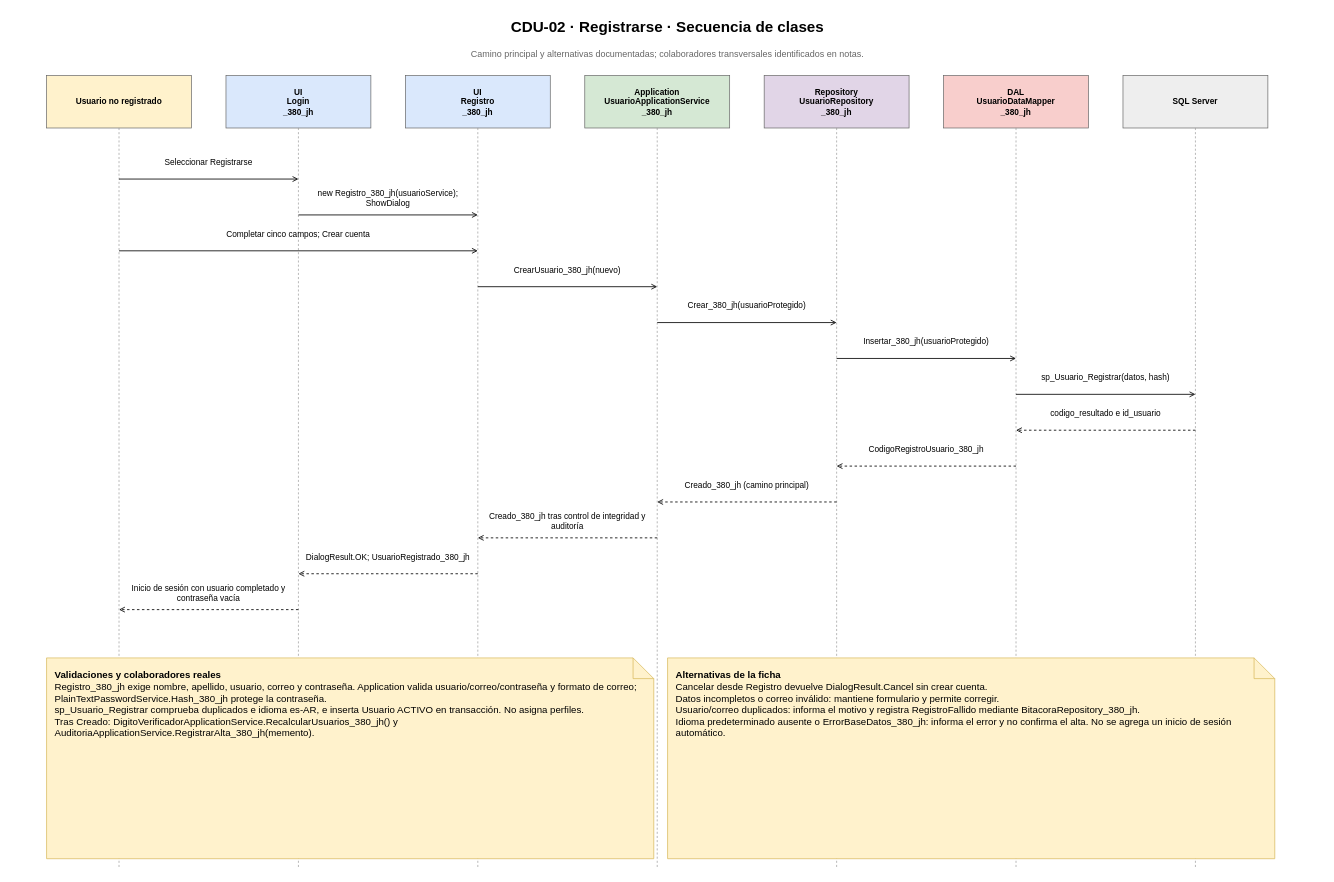
The draw.io diagram Diagramas/Diagramas de Secuencia/CDU-02 - Registrarse - Secuencia.drawio in juanNH/Ingenieria-de-Software, before the edit. Source tidied: cells renumbered, new cells numbered last; positions are measured from the earlier drawing's top-left corner, leaving out a move shared by most shapes. Both pictures are drawn from the tidied source at 69%, with x=0, y=0 at pixel (12, 12).
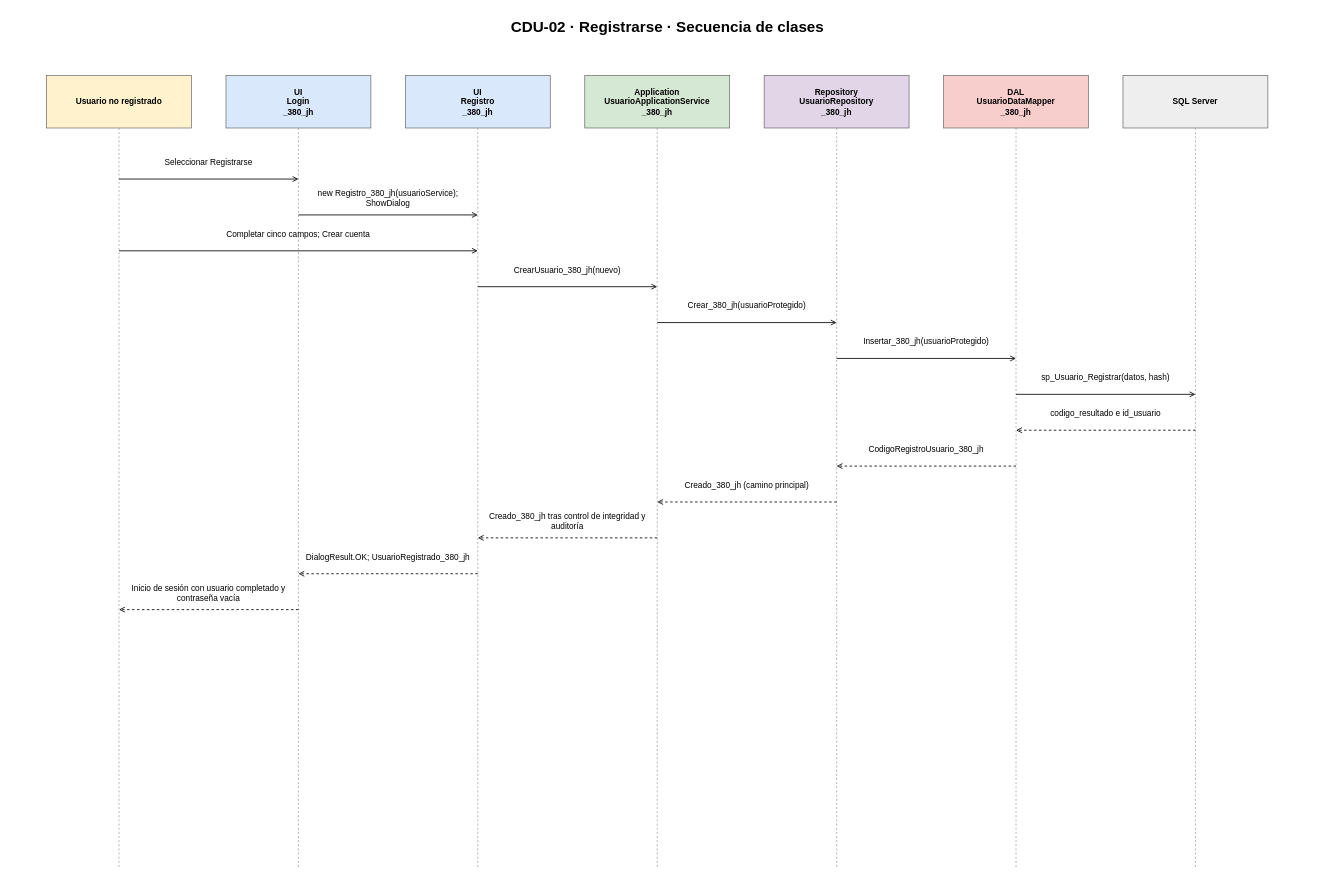
The same diagram, later.

What changed in the source:
```diff
@@
-    <mxCell id="3" value="Camino principal y alternativas documentadas; colaboradores transversales identificados en notas." style="text;html=1;whiteSpace=wrap;strokeColor=none;fillColor=none;align=center;verticalAlign=middle;fontFamily=Arial;fontSize=13;fontColor=#666666;" parent="1" vertex="1">
-      <mxGeometry y="46" width="1900" height="28" as="geometry" />
-    </mxCell>
@@
-    <mxCell id="44" value="&lt;b&gt;Validaciones y colaboradores reales&lt;/b&gt;&lt;br&gt;Registro_380_jh exige nombre, apellido, usuario, correo y contraseña. Application valida usuario/correo/contraseña y formato de correo; PlainTextPasswordService.Hash_380_jh protege la contraseña.&lt;br&gt;sp_Usuario_Registrar comprueba duplicados e idioma es-AR, e inserta Usuario ACTIVO en transacción. No asigna perfiles.&lt;br&gt;Tras Creado: DigitoVerificadorApplicationService.RecalcularUsuarios_380_jh() y AuditoriaApplicationService.RegistrarAlta_380_jh(memento)." style="shape=note;whiteSpace=wrap;html=1;fillColor=#fff2cc;strokeColor=#d6b656;align=left;verticalAlign=top;spacing=12;fontSize=14;fontFamily=Arial;" parent="1" vertex="1">
-      <mxGeometry x="50" y="936" width="880" height="291" as="geometry" />
-    </mxCell>
-    <mxCell id="45" value="&lt;b&gt;Alternativas de la ficha&lt;/b&gt;&lt;br&gt;Cancelar desde Registro devuelve DialogResult.Cancel sin crear cuenta.&lt;br&gt;Datos incompletos o correo inválido: mantiene formulario y permite corregir.&lt;br&gt;Usuario/correo duplicados: informa el motivo y registra RegistroFallido mediante BitacoraRepository_380_jh.&lt;br&gt;Idioma predeterminado ausente o ErrorBaseDatos_380_jh: informa el error y no confirma el alta. No se agrega un inicio de sesión automático." style="shape=note;whiteSpace=wrap;html=1;fillColor=#fff2cc;strokeColor=#d6b656;align=left;verticalAlign=top;spacing=12;fontSize=14;fontFamily=Arial;" parent="1" vertex="1">
-      <mxGeometry x="950" y="936" width="880" height="291" as="geometry" />
-    </mxCell>
```
